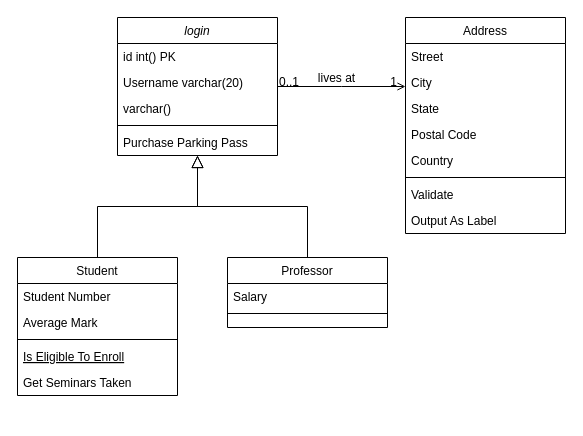
Before: Untitled Diagram.drawio in al-khoodhy/erd-apk-photo, a draw.io diagram. Source tidied: cells renumbered, new cells numbered last; positions are measured from the earlier drawing's top-left corner, leaving out a move shared by most shapes. Both pictures are drawn from the tidied source at 100%, with x=0, y=0 at pixel (17, 17).
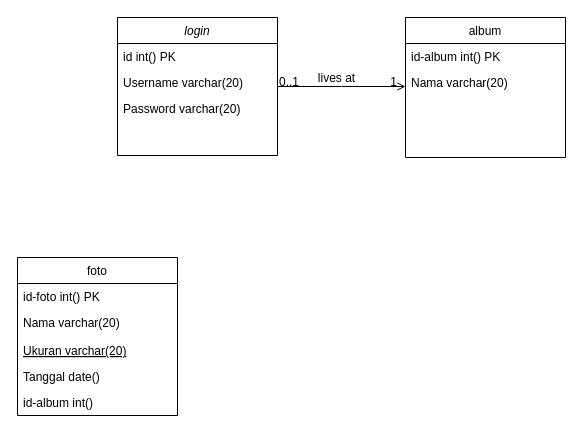
The same diagram, later.

Unchanged cells that the change refers to:
```xml
<mxCell id="2" value="login" style="swimlane;fontStyle=2;align=center;verticalAlign=top;horizontal=1;startSize=26;rounded=0;shadow=0;strokeWidth=1;" parent="1" vertex="1">
  <mxGeometry x="100" width="160" height="138" as="geometry" />
</mxCell>
```

What changed in the source:
```diff
@@
-    <mxCell id="5" value="varchar()" style="text;align=left;verticalAlign=top;spacingLeft=4;spacingRight=4;overflow=hidden;rounded=0;shadow=0;html=0;" parent="2" vertex="1">
+    <mxCell id="5" value="Password varchar(20)" style="text;align=left;verticalAlign=top;spacingLeft=4;spacingRight=4;overflow=hidden;rounded=0;shadow=0;html=0;" parent="2" vertex="1">
       <mxGeometry y="78" width="160" height="26" as="geometry" />
     </mxCell>
-    <mxCell id="6" style="line;html=1;strokeWidth=1;align=left;verticalAlign=middle;spacingTop=-1;spacingLeft=3;spacingRight=3;labelPosition=right;" parent="2" vertex="1">
-      <mxGeometry y="104" width="160" height="8" as="geometry" />
-    </mxCell>
-    <mxCell id="7" value="Purchase Parking Pass" style="text;align=left;verticalAlign=top;spacingLeft=4;spacingRight=4;overflow=hidden;" parent="2" vertex="1">
-      <mxGeometry y="112" width="160" height="26" as="geometry" />
-    </mxCell>
-    <mxCell id="8" value="Student" style="swimlane;fontStyle=0;align=center;verticalAlign=top;horizontal=1;startSize=26;rounded=0;shadow=0;strokeWidth=1;" parent="1" vertex="1">
-      <mxGeometry y="240" width="160" height="138" as="geometry" />
+    <mxCell id="8" value="foto" style="swimlane;fontStyle=0;align=center;verticalAlign=top;horizontal=1;startSize=26;rounded=0;shadow=0;strokeWidth=1;" parent="1" vertex="1">
+      <mxGeometry y="240" width="160" height="158" as="geometry" />
     </mxCell>
-    <mxCell id="9" value="Student Number" style="text;align=left;verticalAlign=top;spacingLeft=4;spacingRight=4;overflow=hidden;" parent="8" vertex="1">
+    <mxCell id="9" value="id-foto int() PK" style="text;align=left;verticalAlign=top;spacingLeft=4;spacingRight=4;overflow=hidden;" parent="8" vertex="1">
       <mxGeometry y="26" width="160" height="26" as="geometry" />
     </mxCell>
-    <mxCell id="10" value="Average Mark" style="text;align=left;verticalAlign=top;spacingLeft=4;spacingRight=4;overflow=hidden;rounded=0;shadow=0;html=0;" parent="8" vertex="1">
-      <mxGeometry y="52" width="160" height="26" as="geometry" />
+    <mxCell id="10" value="Nama varchar(20)" style="text;align=left;verticalAlign=top;spacingLeft=4;spacingRight=4;overflow=hidden;rounded=0;shadow=0;html=0;" parent="8" vertex="1">
+      <mxGeometry y="52" width="160" height="28" as="geometry" />
     </mxCell>
-    <mxCell id="11" style="line;html=1;strokeWidth=1;align=left;verticalAlign=middle;spacingTop=-1;spacingLeft=3;spacingRight=3;labelPosition=right;" parent="8" vertex="1">
-      <mxGeometry y="78" width="160" height="8" as="geometry" />
-    </mxCell>
-    <mxCell id="12" value="Is Eligible To Enroll" style="text;align=left;verticalAlign=top;spacingLeft=4;spacingRight=4;overflow=hidden;fontStyle=4;" parent="8" vertex="1">
-      <mxGeometry y="86" width="160" height="26" as="geometry" />
+    <mxCell id="12" value="Ukuran varchar(20)" style="text;align=left;verticalAlign=top;spacingLeft=4;spacingRight=4;overflow=hidden;fontStyle=4;" parent="8" vertex="1">
+      <mxGeometry y="80" width="160" height="26" as="geometry" />
     </mxCell>
-    <mxCell id="13" value="Get Seminars Taken" style="text;align=left;verticalAlign=top;spacingLeft=4;spacingRight=4;overflow=hidden;" parent="8" vertex="1">
-      <mxGeometry y="112" width="160" height="26" as="geometry" />
+    <mxCell id="13" value="Tanggal date()" style="text;align=left;verticalAlign=top;spacingLeft=4;spacingRight=4;overflow=hidden;" parent="8" vertex="1">
+      <mxGeometry y="106" width="160" height="26" as="geometry" />
     </mxCell>
-    <mxCell id="14" style="endArrow=block;endSize=10;endFill=0;shadow=0;strokeWidth=1;rounded=0;edgeStyle=elbowEdgeStyle;elbow=vertical;" parent="1" edge="1" source="8" target="2">
-      <mxGeometry relative="1" as="geometry" />
-    </mxCell>
-    <mxCell id="15" value="Professor" style="swimlane;fontStyle=0;align=center;verticalAlign=top;horizontal=1;startSize=26;rounded=0;shadow=0;strokeWidth=1;" parent="1" vertex="1">
-      <mxGeometry x="210" y="240" width="160" height="70" as="geometry" />
-    </mxCell>
-    <mxCell id="16" value="Salary" style="text;align=left;verticalAlign=top;spacingLeft=4;spacingRight=4;overflow=hidden;" parent="15" vertex="1">
-      <mxGeometry y="26" width="160" height="26" as="geometry" />
-    </mxCell>
-    <mxCell id="17" style="line;html=1;strokeWidth=1;align=left;verticalAlign=middle;spacingTop=-1;spacingLeft=3;spacingRight=3;labelPosition=right;" parent="15" vertex="1">
-      <mxGeometry y="52" width="160" height="8" as="geometry" />
-    </mxCell>
-    <mxCell id="18" style="endArrow=block;endSize=10;endFill=0;shadow=0;strokeWidth=1;rounded=0;edgeStyle=elbowEdgeStyle;elbow=vertical;" parent="1" edge="1" source="15" target="2">
-      <mxGeometry relative="1" as="geometry" />
-    </mxCell>
+    <mxCell id="32" value="id-album int()" style="text;align=left;verticalAlign=top;spacingLeft=4;spacingRight=4;overflow=hidden;" parent="8" vertex="1">
+      <mxGeometry y="132" width="160" height="26" as="geometry" />
+    </mxCell>
-    <mxCell id="19" value="Address" style="swimlane;fontStyle=0;align=center;verticalAlign=top;horizontal=1;startSize=26;rounded=0;shadow=0;strokeWidth=1;" parent="1" vertex="1">
-      <mxGeometry x="388" width="160" height="216" as="geometry" />
+    <mxCell id="19" value="album" style="swimlane;fontStyle=0;align=center;verticalAlign=top;horizontal=1;startSize=26;rounded=0;shadow=0;strokeWidth=1;" parent="1" vertex="1">
+      <mxGeometry x="388" width="160" height="140" as="geometry" />
     </mxCell>
-    <mxCell id="20" value="Street" style="text;align=left;verticalAlign=top;spacingLeft=4;spacingRight=4;overflow=hidden;" parent="19" vertex="1">
+    <mxCell id="20" value="id-album int() PK" style="text;align=left;verticalAlign=top;spacingLeft=4;spacingRight=4;overflow=hidden;" parent="19" vertex="1">
       <mxGeometry y="26" width="160" height="26" as="geometry" />
     </mxCell>
-    <mxCell id="21" value="City" style="text;align=left;verticalAlign=top;spacingLeft=4;spacingRight=4;overflow=hidden;rounded=0;shadow=0;html=0;" parent="19" vertex="1">
+    <mxCell id="21" value="Nama varchar(20)" style="text;align=left;verticalAlign=top;spacingLeft=4;spacingRight=4;overflow=hidden;rounded=0;shadow=0;html=0;" parent="19" vertex="1">
       <mxGeometry y="52" width="160" height="26" as="geometry" />
     </mxCell>
-    <mxCell id="22" value="State" style="text;align=left;verticalAlign=top;spacingLeft=4;spacingRight=4;overflow=hidden;rounded=0;shadow=0;html=0;" parent="19" vertex="1">
-      <mxGeometry y="78" width="160" height="26" as="geometry" />
-    </mxCell>
-    <mxCell id="23" value="Postal Code" style="text;align=left;verticalAlign=top;spacingLeft=4;spacingRight=4;overflow=hidden;rounded=0;shadow=0;html=0;" parent="19" vertex="1">
-      <mxGeometry y="104" width="160" height="26" as="geometry" />
-    </mxCell>
-    <mxCell id="24" value="Country" style="text;align=left;verticalAlign=top;spacingLeft=4;spacingRight=4;overflow=hidden;rounded=0;shadow=0;html=0;" parent="19" vertex="1">
-      <mxGeometry y="130" width="160" height="26" as="geometry" />
-    </mxCell>
-    <mxCell id="25" style="line;html=1;strokeWidth=1;align=left;verticalAlign=middle;spacingTop=-1;spacingLeft=3;spacingRight=3;labelPosition=right;" parent="19" vertex="1">
-      <mxGeometry y="156" width="160" height="8" as="geometry" />
-    </mxCell>
-    <mxCell id="26" value="Validate" style="text;align=left;verticalAlign=top;spacingLeft=4;spacingRight=4;overflow=hidden;" parent="19" vertex="1">
-      <mxGeometry y="164" width="160" height="26" as="geometry" />
-    </mxCell>
-    <mxCell id="27" value="Output As Label" style="text;align=left;verticalAlign=top;spacingLeft=4;spacingRight=4;overflow=hidden;" parent="19" vertex="1">
-      <mxGeometry y="190" width="160" height="26" as="geometry" />
-    </mxCell>
```
